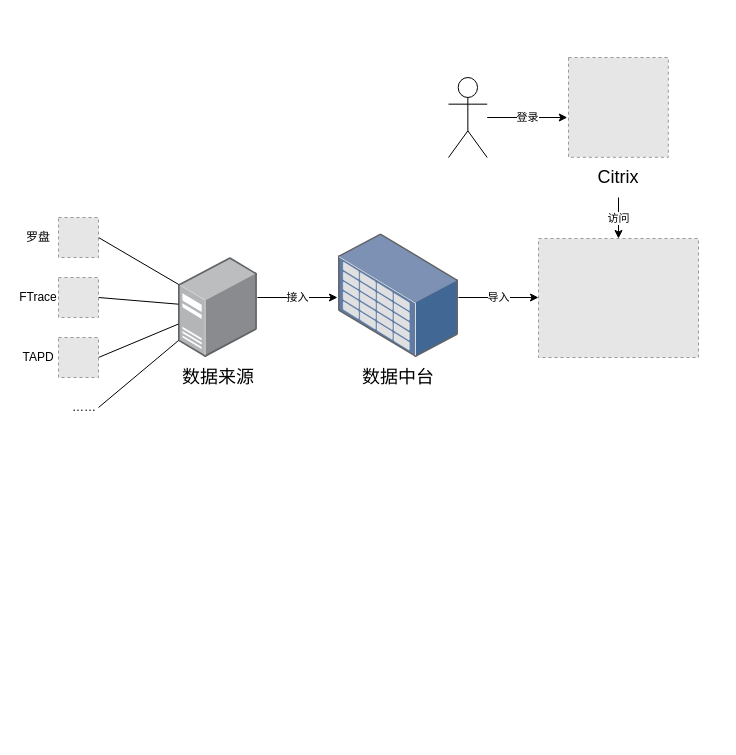
Above: 永洪分享.drawio in Cmdone/Draw.io (draw.io), before the change. Source tidied: cells renumbered, new cells numbered last; positions are measured from the earlier drawing's top-left corner, leaving out a move shared by most shapes. Both pictures are drawn from the tidied source at 100%, with x=0, y=0 at pixel (18, 57). Pictures stored in the file or linked from it are replaced by grey dashed boxes.
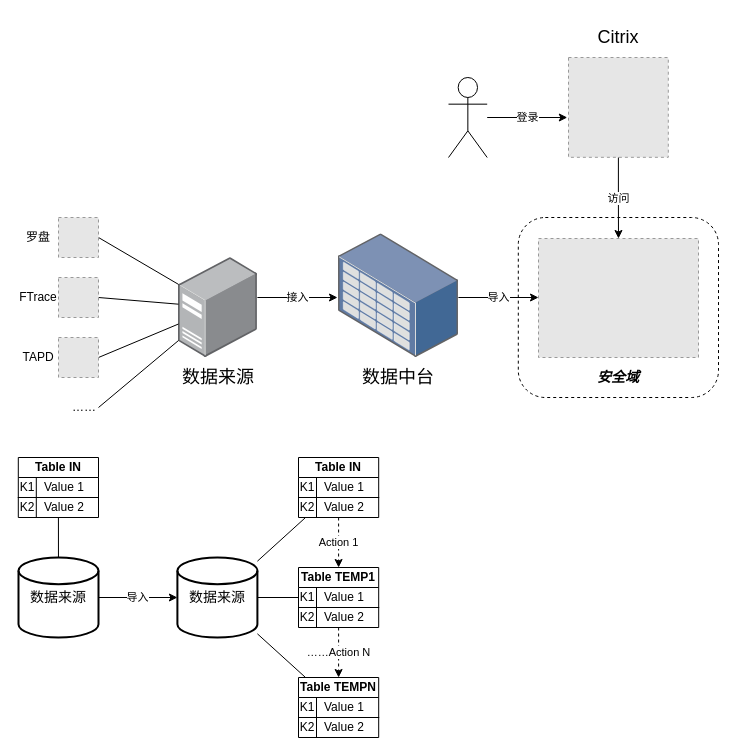
The same page after the edit.

Unchanged cells that the change refers to:
```xml
<mxCell id="18" style="fillColor=#E6E6E6;strokeColor=#999999;dashed=1;verticalLabelPosition=bottom;labelBackgroundColor=#ffffff;verticalAlign=top;" parent="1" vertex="1">
  <mxGeometry x="520" y="181" width="160" height="119" as="geometry" />
</mxCell>
<mxCell id="22" style="fillColor=#E6E6E6;strokeColor=#999999;dashed=1;verticalLabelPosition=bottom;labelBackgroundColor=#ffffff;verticalAlign=top;" parent="1" vertex="1">
  <mxGeometry x="550" width="99.8" height="99.8" as="geometry" />
</mxCell>
```

Diff of the diagram source:
```diff
@@
-    <mxCell id="21" value="访问" style="edgeStyle=orthogonalEdgeStyle;rounded=0;jettySize=auto;html=1;exitX=0.5;exitY=1;exitDx=0;exitDy=0;endArrow=classic;endFill=1;" parent="1" edge="1" source="23" target="18">
+    <mxCell id="21" value="访问" style="edgeStyle=orthogonalEdgeStyle;rounded=0;jettySize=auto;html=1;endArrow=classic;endFill=1;" parent="1" edge="1" source="22" target="18">
       <mxGeometry relative="1" as="geometry" />
     </mxCell>
@@
     <mxCell id="23" value="&lt;font style=&quot;font-size: 18px&quot;&gt;Citrix&lt;/font&gt;" style="text;html=1;strokeColor=none;fillColor=none;align=center;verticalAlign=middle;whiteSpace=wrap;rounded=0;" parent="1" vertex="1">
-      <mxGeometry x="540" y="100" width="120" height="40" as="geometry" />
+      <mxGeometry x="539.9" y="-40" width="120" height="40" as="geometry" />
     </mxCell>
@@
+    <mxCell id="25" style="rounded=1;whiteSpace=wrap;html=1;fillColor=none;dashed=1;" parent="1" vertex="1">
+      <mxGeometry x="499.8" y="160" width="200.2" height="180" as="geometry" />
+    </mxCell>
+    <mxCell id="26" value="&lt;font style=&quot;font-size: 14px&quot;&gt;安全域&lt;/font&gt;" style="text;html=1;strokeColor=none;fillColor=none;align=center;verticalAlign=middle;whiteSpace=wrap;rounded=0;dashed=1;fontStyle=3;" parent="1" vertex="1">
+      <mxGeometry x="520" y="300" width="160" height="40" as="geometry" />
+    </mxCell>
+    <mxCell id="27" value="导入" style="edgeStyle=orthogonalEdgeStyle;rounded=0;jettySize=auto;html=1;exitX=1;exitY=0.5;exitDx=0;exitDy=0;exitPerimeter=0;entryX=0;entryY=0.5;entryDx=0;entryDy=0;entryPerimeter=0;endArrow=classic;endFill=1;" parent="1" edge="1" source="28" target="29">
+      <mxGeometry relative="1" as="geometry" />
+    </mxCell>
+    <mxCell id="28" value="&lt;font style=&quot;font-size: 14px&quot;&gt;数据来源&lt;/font&gt;" style="strokeWidth=2;html=1;shape=mxgraph.flowchart.database;whiteSpace=wrap;fillColor=none;" parent="1" vertex="1">
+      <mxGeometry y="500" width="80" height="80" as="geometry" />
+    </mxCell>
+    <mxCell id="29" value="&lt;font style=&quot;font-size: 14px&quot;&gt;数据来源&lt;/font&gt;" style="strokeWidth=2;html=1;shape=mxgraph.flowchart.database;whiteSpace=wrap;fillColor=none;" parent="1" vertex="1">
+      <mxGeometry x="158.9" y="500" width="80" height="80" as="geometry" />
+    </mxCell>
+    <mxCell id="30" value="Table IN" style="shape=table;html=1;whiteSpace=wrap;startSize=20;childLayout=tableLayout;rowLines=0;fontStyle=1;align=center;fillColor=none;" parent="1" vertex="1">
+      <mxGeometry x="-0.2" y="400" width="80.2" height="60" as="geometry" />
+    </mxCell>
+    <mxCell id="31" style="shape=partialRectangle;html=1;whiteSpace=wrap;fillColor=none;top=0;left=0;bottom=1;right=0;" parent="30" vertex="1">
+      <mxGeometry y="20" width="80.2" height="20" as="geometry" />
+    </mxCell>
+    <mxCell id="32" value="K1" style="shape=partialRectangle;html=1;whiteSpace=wrap;fillColor=none;top=0;left=0;bottom=0;right=0;overflow=hidden;" parent="31" vertex="1">
+      <mxGeometry width="18" height="20" as="geometry" />
+    </mxCell>
+    <mxCell id="33" value="Value 1" style="shape=partialRectangle;html=1;whiteSpace=wrap;fillColor=none;top=0;left=0;bottom=0;right=0;align=left;spacingLeft=6;overflow=hidden;" parent="31" vertex="1">
+      <mxGeometry x="18" width="62" height="20" as="geometry" />
+    </mxCell>
+    <mxCell id="34" style="shape=partialRectangle;html=1;whiteSpace=wrap;fillColor=none;top=0;left=0;bottom=0;right=0;" parent="30" vertex="1">
+      <mxGeometry y="40" width="80.2" height="20" as="geometry" />
+    </mxCell>
+    <mxCell id="35" value="K2" style="shape=partialRectangle;html=1;whiteSpace=wrap;fillColor=none;top=0;left=0;bottom=0;right=0;overflow=hidden;" parent="34" vertex="1">
+      <mxGeometry width="18" height="20" as="geometry" />
+    </mxCell>
+    <mxCell id="36" value="Value 2" style="shape=partialRectangle;html=1;whiteSpace=wrap;fillColor=none;top=0;left=0;bottom=0;right=0;align=left;spacingLeft=6;overflow=hidden;" parent="34" vertex="1">
+      <mxGeometry x="18" width="62" height="20" as="geometry" />
+    </mxCell>
+    <mxCell id="37" value="Table IN" style="shape=table;html=1;whiteSpace=wrap;startSize=20;childLayout=tableLayout;rowLines=0;fontStyle=1;align=center;fillColor=none;" parent="1" vertex="1">
+      <mxGeometry x="280" y="400" width="80.2" height="60" as="geometry" />
+    </mxCell>
+    <mxCell id="38" style="shape=partialRectangle;html=1;whiteSpace=wrap;fillColor=none;top=0;left=0;bottom=1;right=0;" parent="37" vertex="1">
+      <mxGeometry y="20" width="80.2" height="20" as="geometry" />
+    </mxCell>
+    <mxCell id="39" value="K1" style="shape=partialRectangle;html=1;whiteSpace=wrap;fillColor=none;top=0;left=0;bottom=0;right=0;overflow=hidden;" parent="38" vertex="1">
+      <mxGeometry width="18" height="20" as="geometry" />
+    </mxCell>
+    <mxCell id="40" value="Value 1" style="shape=partialRectangle;html=1;whiteSpace=wrap;fillColor=none;top=0;left=0;bottom=0;right=0;align=left;spacingLeft=6;overflow=hidden;" parent="38" vertex="1">
+      <mxGeometry x="18" width="62" height="20" as="geometry" />
+    </mxCell>
+    <mxCell id="41" style="shape=partialRectangle;html=1;whiteSpace=wrap;fillColor=none;top=0;left=0;bottom=0;right=0;" parent="37" vertex="1">
+      <mxGeometry y="40" width="80.2" height="20" as="geometry" />
+    </mxCell>
+    <mxCell id="42" value="K2" style="shape=partialRectangle;html=1;whiteSpace=wrap;fillColor=none;top=0;left=0;bottom=0;right=0;overflow=hidden;" parent="41" vertex="1">
+      <mxGeometry width="18" height="20" as="geometry" />
+    </mxCell>
+    <mxCell id="43" value="Value 2" style="shape=partialRectangle;html=1;whiteSpace=wrap;fillColor=none;top=0;left=0;bottom=0;right=0;align=left;spacingLeft=6;overflow=hidden;" parent="41" vertex="1">
+      <mxGeometry x="18" width="62" height="20" as="geometry" />
+    </mxCell>
+    <mxCell id="44" style="edgeStyle=none;rounded=0;jettySize=auto;html=1;endArrow=none;endFill=0;" parent="1" edge="1" source="30" target="28">
+      <mxGeometry relative="1" as="geometry" />
+    </mxCell>
+    <mxCell id="45" style="edgeStyle=none;rounded=0;jettySize=auto;html=1;endArrow=none;endFill=0;" parent="1" edge="1" source="37" target="29">
+      <mxGeometry relative="1" as="geometry" />
+    </mxCell>
+    <mxCell id="46" value="Table TEMP1" style="shape=table;html=1;whiteSpace=wrap;startSize=20;childLayout=tableLayout;rowLines=0;fontStyle=1;align=center;fillColor=none;" parent="1" vertex="1">
+      <mxGeometry x="280" y="510" width="80.2" height="60" as="geometry" />
+    </mxCell>
+    <mxCell id="47" style="shape=partialRectangle;html=1;whiteSpace=wrap;fillColor=none;top=0;left=0;bottom=1;right=0;" parent="46" vertex="1">
+      <mxGeometry y="20" width="80.2" height="20" as="geometry" />
+    </mxCell>
+    <mxCell id="48" value="K1" style="shape=partialRectangle;html=1;whiteSpace=wrap;fillColor=none;top=0;left=0;bottom=0;right=0;overflow=hidden;" parent="47" vertex="1">
+      <mxGeometry width="18" height="20" as="geometry" />
+    </mxCell>
+    <mxCell id="49" value="Value 1" style="shape=partialRectangle;html=1;whiteSpace=wrap;fillColor=none;top=0;left=0;bottom=0;right=0;align=left;spacingLeft=6;overflow=hidden;" parent="47" vertex="1">
+      <mxGeometry x="18" width="62" height="20" as="geometry" />
+    </mxCell>
+    <mxCell id="50" style="shape=partialRectangle;html=1;whiteSpace=wrap;fillColor=none;top=0;left=0;bottom=0;right=0;" parent="46" vertex="1">
+      <mxGeometry y="40" width="80.2" height="20" as="geometry" />
+    </mxCell>
+    <mxCell id="51" value="K2" style="shape=partialRectangle;html=1;whiteSpace=wrap;fillColor=none;top=0;left=0;bottom=0;right=0;overflow=hidden;" parent="50" vertex="1">
+      <mxGeometry width="18" height="20" as="geometry" />
+    </mxCell>
+    <mxCell id="52" value="Value 2" style="shape=partialRectangle;html=1;whiteSpace=wrap;fillColor=none;top=0;left=0;bottom=0;right=0;align=left;spacingLeft=6;overflow=hidden;" parent="50" vertex="1">
+      <mxGeometry x="18" width="62" height="20" as="geometry" />
+    </mxCell>
+    <mxCell id="53" value="Table TEMPN" style="shape=table;html=1;whiteSpace=wrap;startSize=20;childLayout=tableLayout;rowLines=0;fontStyle=1;align=center;fillColor=none;" parent="1" vertex="1">
+      <mxGeometry x="280" y="620" width="80.2" height="60" as="geometry" />
+    </mxCell>
+    <mxCell id="54" style="shape=partialRectangle;html=1;whiteSpace=wrap;fillColor=none;top=0;left=0;bottom=1;right=0;" parent="53" vertex="1">
+      <mxGeometry y="20" width="80.2" height="20" as="geometry" />
+    </mxCell>
+    <mxCell id="55" value="K1" style="shape=partialRectangle;html=1;whiteSpace=wrap;fillColor=none;top=0;left=0;bottom=0;right=0;overflow=hidden;" parent="54" vertex="1">
+      <mxGeometry width="18" height="20" as="geometry" />
+    </mxCell>
+    <mxCell id="56" value="Value 1" style="shape=partialRectangle;html=1;whiteSpace=wrap;fillColor=none;top=0;left=0;bottom=0;right=0;align=left;spacingLeft=6;overflow=hidden;" parent="54" vertex="1">
+      <mxGeometry x="18" width="62" height="20" as="geometry" />
+    </mxCell>
+    <mxCell id="57" style="shape=partialRectangle;html=1;whiteSpace=wrap;fillColor=none;top=0;left=0;bottom=0;right=0;" parent="53" vertex="1">
+      <mxGeometry y="40" width="80.2" height="20" as="geometry" />
+    </mxCell>
+    <mxCell id="58" value="K2" style="shape=partialRectangle;html=1;whiteSpace=wrap;fillColor=none;top=0;left=0;bottom=0;right=0;overflow=hidden;" parent="57" vertex="1">
+      <mxGeometry width="18" height="20" as="geometry" />
+    </mxCell>
+    <mxCell id="59" value="Value 2" style="shape=partialRectangle;html=1;whiteSpace=wrap;fillColor=none;top=0;left=0;bottom=0;right=0;align=left;spacingLeft=6;overflow=hidden;" parent="57" vertex="1">
+      <mxGeometry x="18" width="62" height="20" as="geometry" />
+    </mxCell>
+    <mxCell id="60" style="edgeStyle=none;rounded=0;jettySize=auto;html=1;endArrow=none;endFill=0;" parent="1" edge="1" source="46" target="29">
+      <mxGeometry relative="1" as="geometry" />
+    </mxCell>
+    <mxCell id="61" style="edgeStyle=none;rounded=0;jettySize=auto;html=1;endArrow=none;endFill=0;" parent="1" edge="1" source="53" target="29">
+      <mxGeometry relative="1" as="geometry" />
+    </mxCell>
+    <mxCell id="62" value="Action 1" style="edgeStyle=none;rounded=0;jettySize=auto;html=1;endArrow=classic;endFill=1;dashed=1;" parent="1" edge="1" source="37" target="46">
+      <mxGeometry relative="1" as="geometry" />
+    </mxCell>
+    <mxCell id="63" value="……Action N" style="edgeStyle=none;rounded=0;jettySize=auto;html=1;endArrow=classic;endFill=1;dashed=1;" parent="1" edge="1" source="46" target="53">
+      <mxGeometry relative="1" as="geometry" />
+    </mxCell>
```
